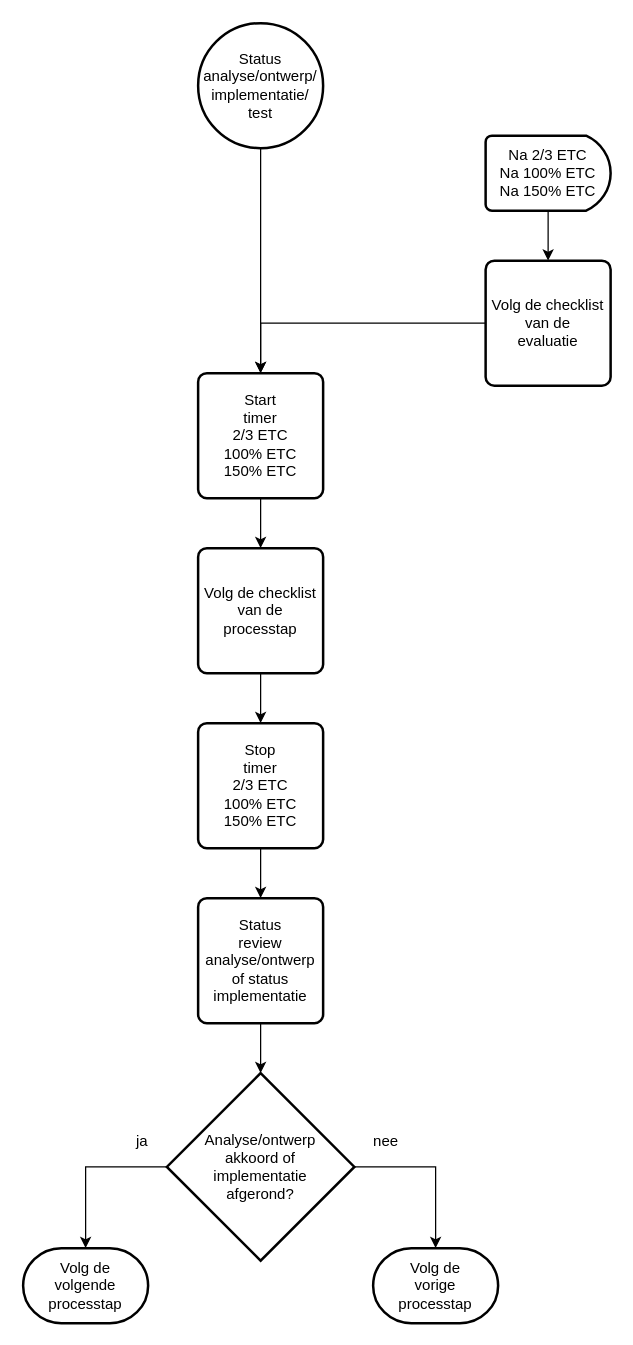
Above: 2 Issue Tracker tijdtriggers.drawio in Zaibatsu89/IssueTracker (draw.io), before the change. Source tidied: cells renumbered, new cells numbered last; positions are measured from the earlier drawing's top-left corner, leaving out a move shared by most shapes. Both pictures are drawn from the tidied source at 125%, with x=0, y=0 at pixel (22, 22).
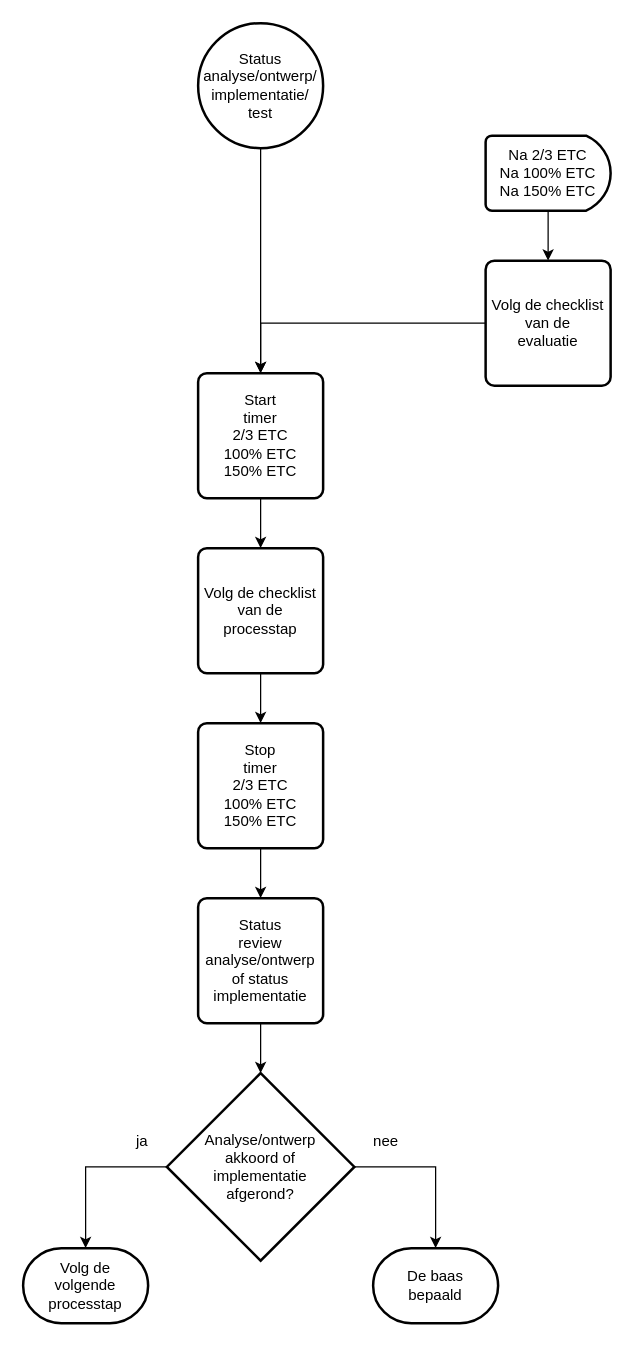
Above is the later version.

Commit message (it also covers changes not shown here):
flowcharts: alle negatieve eindoordelen resulteren in 'de baas bepaald'

Change to the diagram source:
```diff
@@
-    <mxCell id="12" value="Volg de&lt;br&gt;vorige&lt;br&gt;processtap" style="strokeWidth=2;html=1;shape=mxgraph.flowchart.terminator;whiteSpace=wrap;" parent="1" vertex="1">
+    <mxCell id="12" value="De baas&lt;br&gt;bepaald" style="strokeWidth=2;html=1;shape=mxgraph.flowchart.terminator;whiteSpace=wrap;" parent="1" vertex="1">
       <mxGeometry x="280" y="980" width="100" height="60" as="geometry" />
     </mxCell>
```
